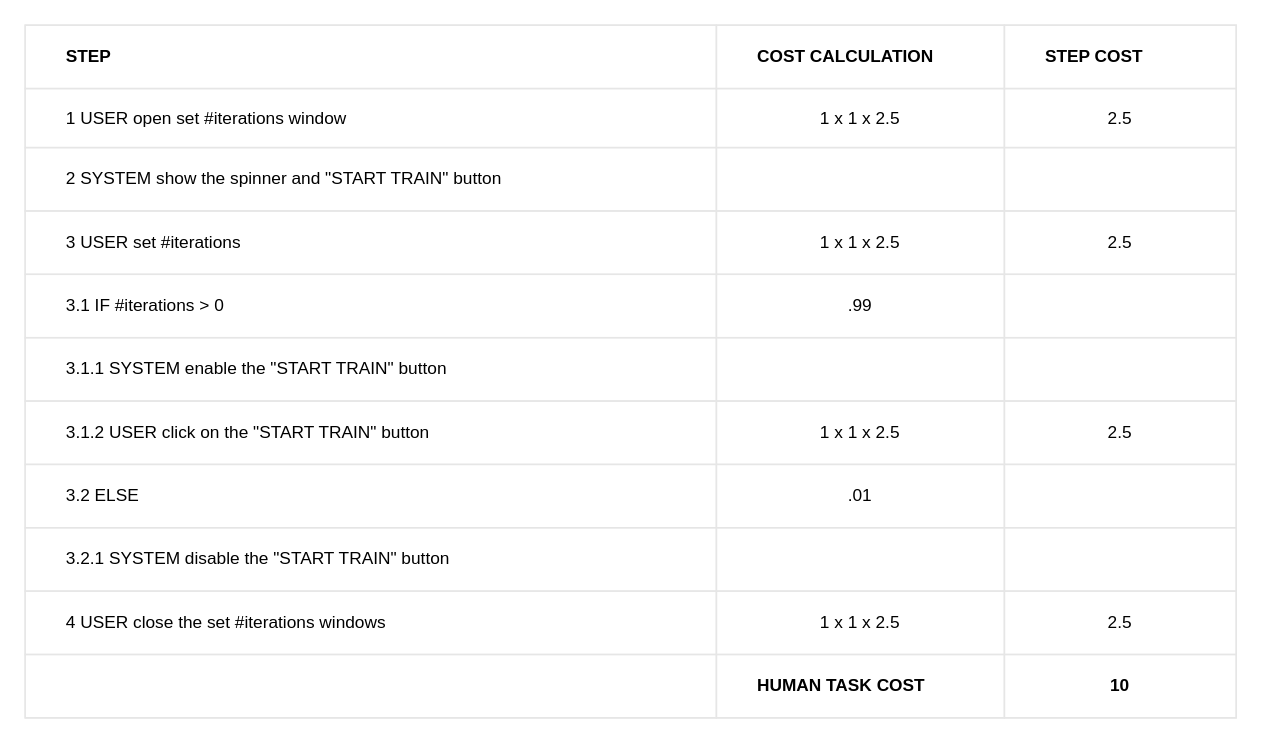
The draw.io diagram set_iteration_table.drawio in BaffoBello14/AutomaticDamagesRecognition, before the edit. Source tidied: cells renumbered, new cells numbered last; positions are measured from the earlier drawing's top-left corner, leaving out a move shared by most shapes. Both pictures are drawn from the tidied source at 144%, with x=0, y=0 at pixel (24, 24).
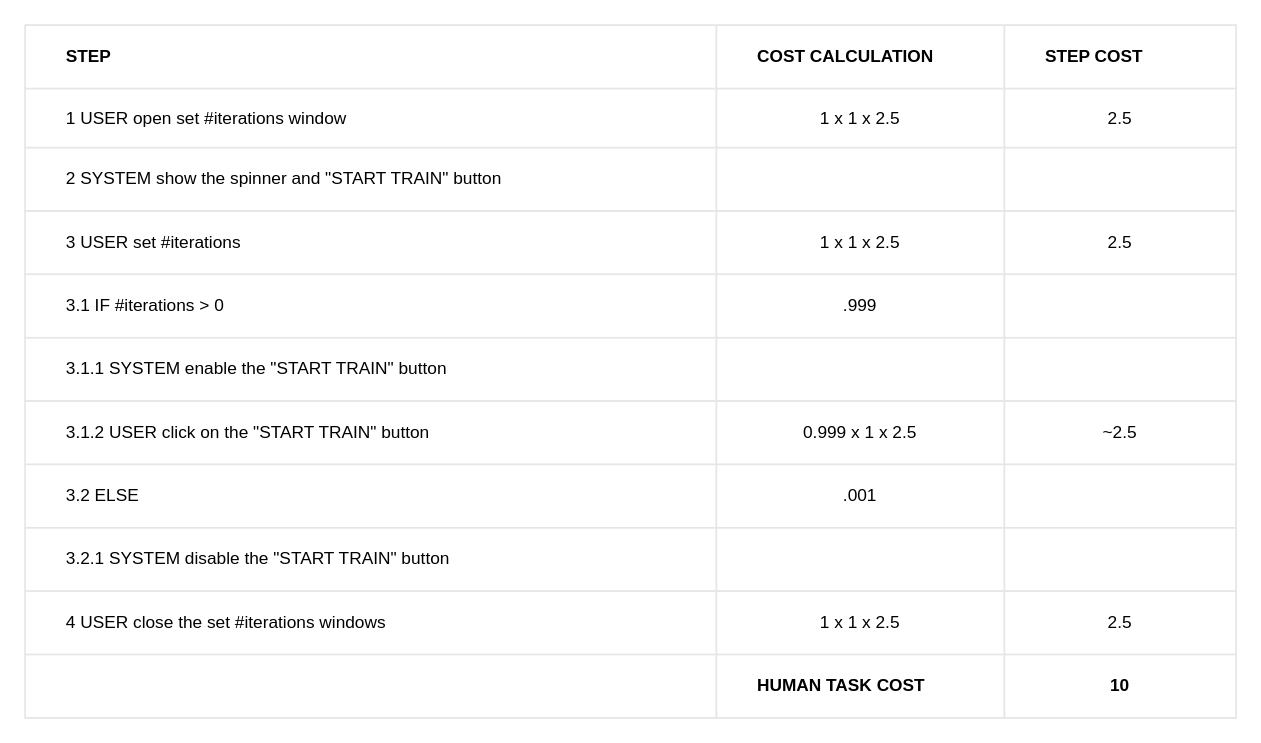
The same diagram, later.

Unchanged cells that the change refers to:
```xml
<mxCell id="19" style="shape=tableRow;horizontal=0;startSize=0;swimlaneHead=0;swimlaneBody=0;top=0;left=0;bottom=0;right=0;fontStyle=0;fillColor=none;strokeColor=inherit;" parent="2" vertex="1">
  <mxGeometry y="173" width="841" height="44" as="geometry" />
</mxCell>
<mxCell id="27" style="shape=tableRow;horizontal=0;startSize=0;swimlaneHead=0;swimlaneBody=0;top=0;left=0;bottom=0;right=0;fontStyle=0;fillColor=none;strokeColor=inherit;" parent="2" vertex="1">
  <mxGeometry y="261" width="841" height="44" as="geometry" />
</mxCell>
<mxCell id="31" style="shape=tableRow;horizontal=0;startSize=0;swimlaneHead=0;swimlaneBody=0;top=0;left=0;bottom=0;right=0;fontStyle=0;fillColor=none;strokeColor=inherit;" parent="2" vertex="1">
  <mxGeometry y="305" width="841" height="44" as="geometry" />
</mxCell>
```

The edit, as a diff of the source:
```diff
@@
-    <mxCell id="21" value=".99" style="strokeColor=inherit;fillColor=none;align=center;whiteSpace=wrap;html=1;" parent="19" vertex="1">
+    <mxCell id="21" value=".999" style="strokeColor=inherit;fillColor=none;align=center;whiteSpace=wrap;html=1;" parent="19" vertex="1">
       <mxGeometry x="480" width="200" height="44" as="geometry" />
     </mxCell>
@@
-    <mxCell id="29" value="1 x 1 x 2.5" style="strokeColor=inherit;fillColor=none;align=center;whiteSpace=wrap;html=1;" parent="27" vertex="1">
+    <mxCell id="29" value="0.999 x 1 x 2.5" style="strokeColor=inherit;fillColor=none;align=center;whiteSpace=wrap;html=1;" parent="27" vertex="1">
       <mxGeometry x="480" width="200" height="44" as="geometry" />
     </mxCell>
-    <mxCell id="30" value="2.5" style="strokeColor=inherit;fillColor=none;align=center;whiteSpace=wrap;html=1;" parent="27" vertex="1">
+    <mxCell id="30" value="~2.5" style="strokeColor=inherit;fillColor=none;align=center;whiteSpace=wrap;html=1;" parent="27" vertex="1">
       <mxGeometry x="680" width="161" height="44" as="geometry" />
     </mxCell>
@@
-    <mxCell id="33" value=".01" style="strokeColor=inherit;fillColor=none;align=center;whiteSpace=wrap;html=1;" parent="31" vertex="1">
+    <mxCell id="33" value=".001" style="strokeColor=inherit;fillColor=none;align=center;whiteSpace=wrap;html=1;" parent="31" vertex="1">
       <mxGeometry x="480" width="200" height="44" as="geometry" />
     </mxCell>
```
